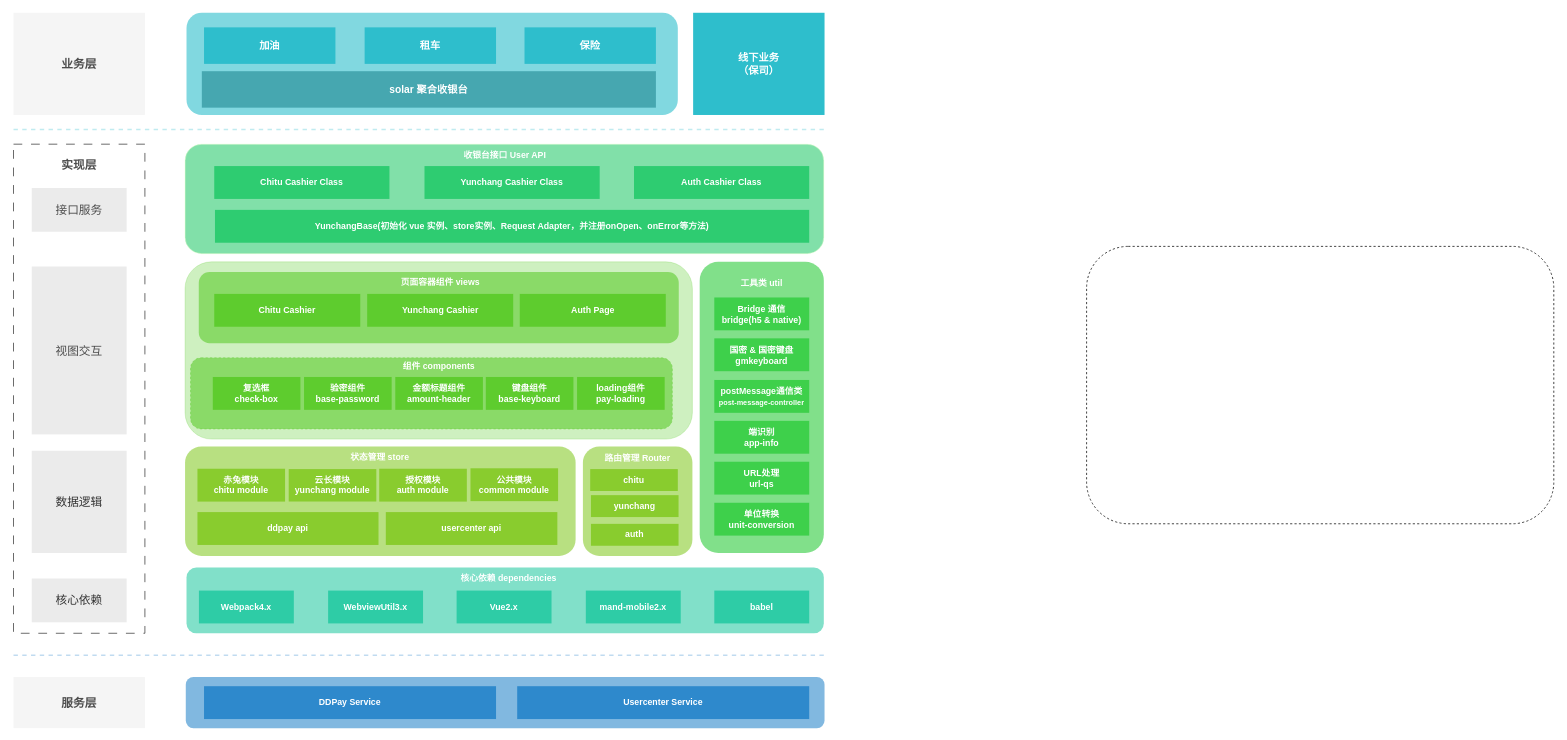
chengkj99/book keeps this draw.io diagram as book/未命名绘图.drawio. Above is the earlier version. Source tidied: cells renumbered, new cells numbered last; positions are measured from the earlier drawing's top-left corner, leaving out a move shared by most shapes. Both pictures are drawn from the tidied source at 73%, with x=0, y=0 at pixel (13, 12).
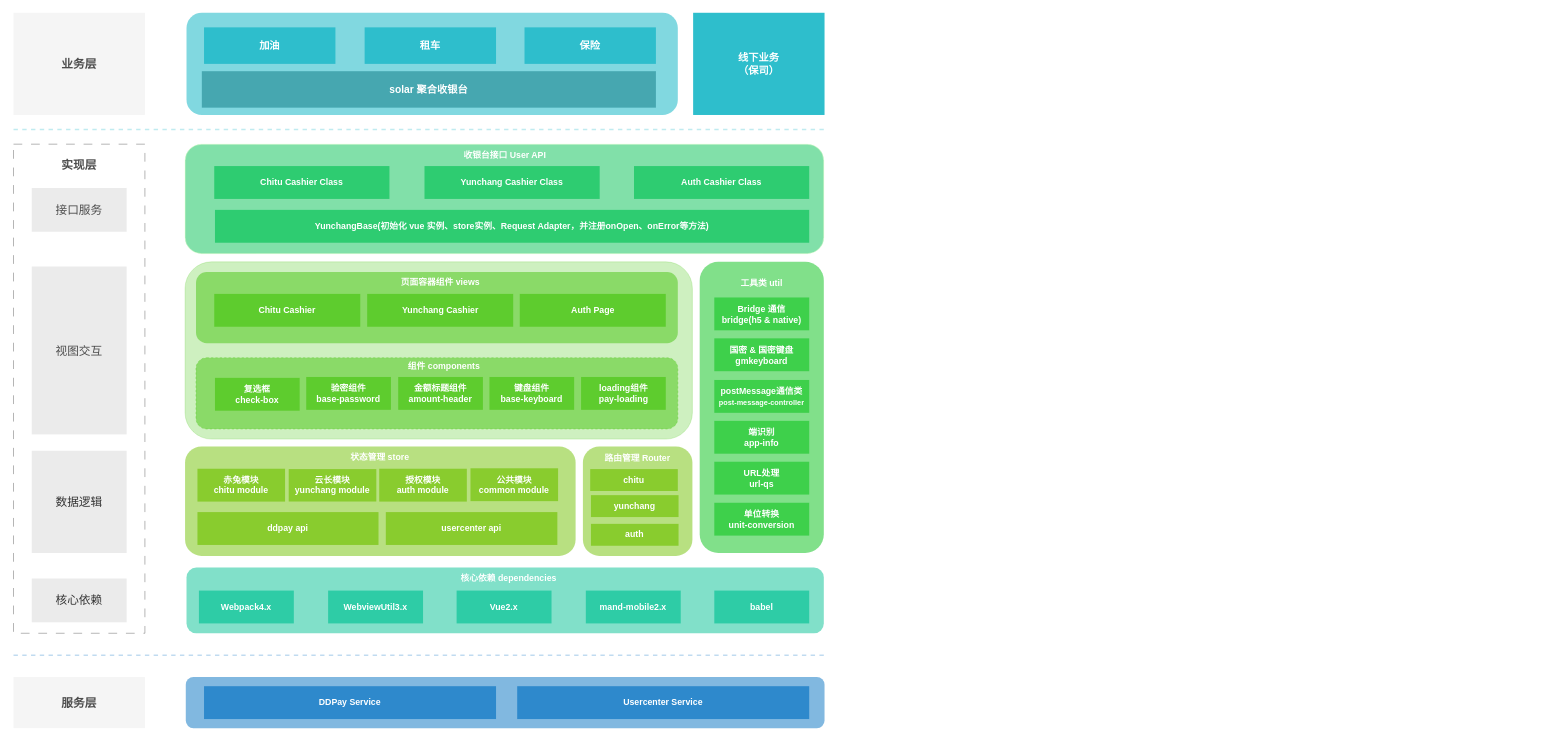
After the change.

The edit, as a diff of the source:
```diff
@@
     <mxCell id="11" style="rounded=1;whiteSpace=wrap;html=1;fillColor=#5ECC2E;dashed=1;labelBackgroundColor=none;strokeColor=none;opacity=60;fontColor=#FFFFFF;fontStyle=1;" parent="1" vertex="1">
-      <mxGeometry x="253.8" y="355.1" width="657.5" height="97.5" as="geometry" />
+      <mxGeometry x="250" y="355.1" width="660" height="97.5" as="geometry" />
     </mxCell>
@@
-    <mxCell id="22" style="rounded=1;whiteSpace=wrap;html=1;fillColor=none;dashed=1;labelBackgroundColor=none;" parent="1" vertex="1">
-      <mxGeometry x="1470" y="320" width="640" height="380" as="geometry" />
-    </mxCell>
     <mxCell id="23" style="rounded=1;whiteSpace=wrap;html=1;fillColor=#5ECC2E;dashed=1;labelBackgroundColor=none;strokeColor=#5ecc2e;opacity=60;fontColor=#FFFFFF;fontStyle=1;" parent="1" vertex="1">
-      <mxGeometry x="242.5" y="472.6" width="660" height="97.5" as="geometry" />
+      <mxGeometry x="250" y="472.6" width="660" height="97.5" as="geometry" />
     </mxCell>
-    <mxCell id="24" value="复选框&lt;br&gt;check-box" style="rounded=0;whiteSpace=wrap;html=1;labelBackgroundColor=none;fillColor=#5ecc2e;fontColor=#FFFFFF;fontStyle=1;strokeColor=none;" parent="1" vertex="1">
-      <mxGeometry x="273" y="498.9" width="120" height="45" as="geometry" />
+    <mxCell id="24" value="复选框&lt;br&gt;check-box" style="rounded=0;whiteSpace=wrap;html=1;labelBackgroundColor=none;fillColor=#5ecc2e;fontColor=#FFFFFF;fontStyle=1;strokeColor=none;flipH=0;" parent="1" vertex="1">
+      <mxGeometry x="276" y="500.1" width="116" height="45" as="geometry" />
     </mxCell>
-    <mxCell id="25" value="验密组件&lt;br&gt;base-password" style="rounded=0;whiteSpace=wrap;html=1;labelBackgroundColor=none;fillColor=#5ecc2e;fontColor=#FFFFFF;fontStyle=1;strokeColor=none;" parent="1" vertex="1">
-      <mxGeometry x="398" y="498.9" width="120" height="45" as="geometry" />
+    <mxCell id="25" value="验密组件&lt;br&gt;base-password" style="rounded=0;whiteSpace=wrap;html=1;labelBackgroundColor=none;fillColor=#5ecc2e;fontColor=#FFFFFF;fontStyle=1;strokeColor=none;flipH=0;" parent="1" vertex="1">
+      <mxGeometry x="401" y="498.9" width="116" height="45" as="geometry" />
     </mxCell>
-    <mxCell id="26" value="金额标题组件&lt;br&gt;amount-header" style="rounded=0;whiteSpace=wrap;html=1;labelBackgroundColor=none;fillColor=#5ecc2e;fontColor=#FFFFFF;fontStyle=1;strokeColor=none;" parent="1" vertex="1">
-      <mxGeometry x="523" y="498.9" width="120" height="45" as="geometry" />
+    <mxCell id="26" value="金额标题组件&lt;br&gt;amount-header" style="rounded=0;whiteSpace=wrap;html=1;labelBackgroundColor=none;fillColor=#5ecc2e;fontColor=#FFFFFF;fontStyle=1;strokeColor=none;flipH=0;" parent="1" vertex="1">
+      <mxGeometry x="527" y="498.9" width="116" height="45" as="geometry" />
     </mxCell>
-    <mxCell id="27" value="键盘组件&lt;br&gt;base-keyboard" style="rounded=0;whiteSpace=wrap;html=1;labelBackgroundColor=none;fillColor=#5ecc2e;fontColor=#FFFFFF;fontStyle=1;strokeColor=none;" parent="1" vertex="1">
-      <mxGeometry x="647" y="498.9" width="120" height="45" as="geometry" />
+    <mxCell id="27" value="键盘组件&lt;br&gt;base-keyboard" style="rounded=0;whiteSpace=wrap;html=1;labelBackgroundColor=none;fillColor=#5ecc2e;fontColor=#FFFFFF;fontStyle=1;strokeColor=none;flipH=0;" parent="1" vertex="1">
+      <mxGeometry x="652" y="498.9" width="116" height="45" as="geometry" />
     </mxCell>
     <mxCell id="28" value="组件 components" style="text;html=1;strokeColor=none;fillColor=none;align=center;verticalAlign=middle;whiteSpace=wrap;rounded=0;labelBackgroundColor=none;fontColor=#FFFFFF;fontStyle=1;" parent="1" vertex="1">
-      <mxGeometry x="523.8" y="470.1" width="117.5" height="30" as="geometry" />
+      <mxGeometry x="531.2" y="470.1" width="117.5" height="30" as="geometry" />
     </mxCell>
@@
-    <mxCell id="48" value="loading组件&lt;br&gt;pay-loading" style="rounded=0;whiteSpace=wrap;html=1;labelBackgroundColor=none;fillColor=#5ecc2e;fontColor=#FFFFFF;fontStyle=1;strokeColor=none;" parent="1" vertex="1">
-      <mxGeometry x="772" y="498.9" width="120" height="45" as="geometry" />
+    <mxCell id="48" value="loading组件&lt;br&gt;pay-loading" style="rounded=0;whiteSpace=wrap;html=1;labelBackgroundColor=none;fillColor=#5ecc2e;fontColor=#FFFFFF;fontStyle=1;strokeColor=none;flipH=0;" parent="1" vertex="1">
+      <mxGeometry x="777.5" y="498.9" width="116" height="45" as="geometry" />
     </mxCell>
@@
-    <mxCell id="62" value="&lt;font style=&quot;font-size: 16px;&quot; color=&quot;#4d4d4d&quot;&gt;&lt;b&gt;实现层&lt;br&gt;&lt;br&gt;&lt;br&gt;&lt;br&gt;&lt;br&gt;&lt;br&gt;&lt;br&gt;&lt;br&gt;&lt;br&gt;&lt;br&gt;&lt;br&gt;&lt;br&gt;&lt;br&gt;&lt;br&gt;&lt;br&gt;&lt;br&gt;&lt;br&gt;&lt;br&gt;&lt;br&gt;&lt;br&gt;&lt;br&gt;&lt;br&gt;&lt;br&gt;&lt;br&gt;&lt;br&gt;&lt;br&gt;&lt;br&gt;&lt;br&gt;&lt;br&gt;&lt;br&gt;&lt;br&gt;&lt;br&gt;&lt;/b&gt;&lt;br&gt;&lt;/font&gt;" style="rounded=0;whiteSpace=wrap;html=1;fillColor=none;strokeColor=default;fontColor=#333333;dashed=1;dashPattern=12 12;opacity=80;" parent="1" vertex="1">
+    <mxCell id="62" value="&lt;font style=&quot;font-size: 16px;&quot; color=&quot;#4d4d4d&quot;&gt;&lt;b&gt;实现层&lt;br&gt;&lt;br&gt;&lt;br&gt;&lt;br&gt;&lt;br&gt;&lt;br&gt;&lt;br&gt;&lt;br&gt;&lt;br&gt;&lt;br&gt;&lt;br&gt;&lt;br&gt;&lt;br&gt;&lt;br&gt;&lt;br&gt;&lt;br&gt;&lt;br&gt;&lt;br&gt;&lt;br&gt;&lt;br&gt;&lt;br&gt;&lt;br&gt;&lt;br&gt;&lt;br&gt;&lt;br&gt;&lt;br&gt;&lt;br&gt;&lt;br&gt;&lt;br&gt;&lt;br&gt;&lt;br&gt;&lt;br&gt;&lt;/b&gt;&lt;br&gt;&lt;/font&gt;" style="rounded=0;whiteSpace=wrap;html=1;fillColor=none;strokeColor=default;fontColor=#333333;dashed=1;dashPattern=12 12;opacity=40;" parent="1" vertex="1">
       <mxGeometry y="180" width="180" height="670" as="geometry" />
     </mxCell>
```
